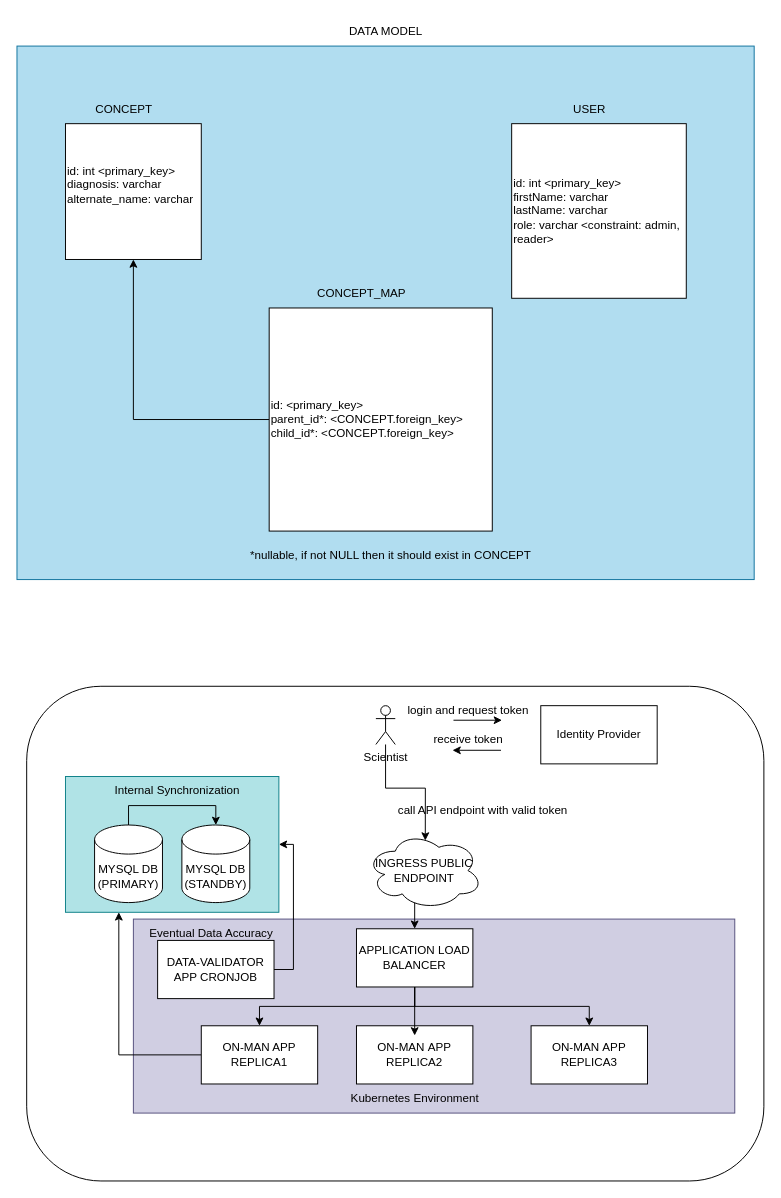
Above: ontology-manager.drawio in desourav/on-man (draw.io), before the change. Source tidied: cells renumbered, new cells numbered last; positions are measured from the earlier drawing's top-left corner, leaving out a move shared by most shapes. Both pictures are drawn from the tidied source at 97%, with x=0, y=0 at pixel (16, 16).
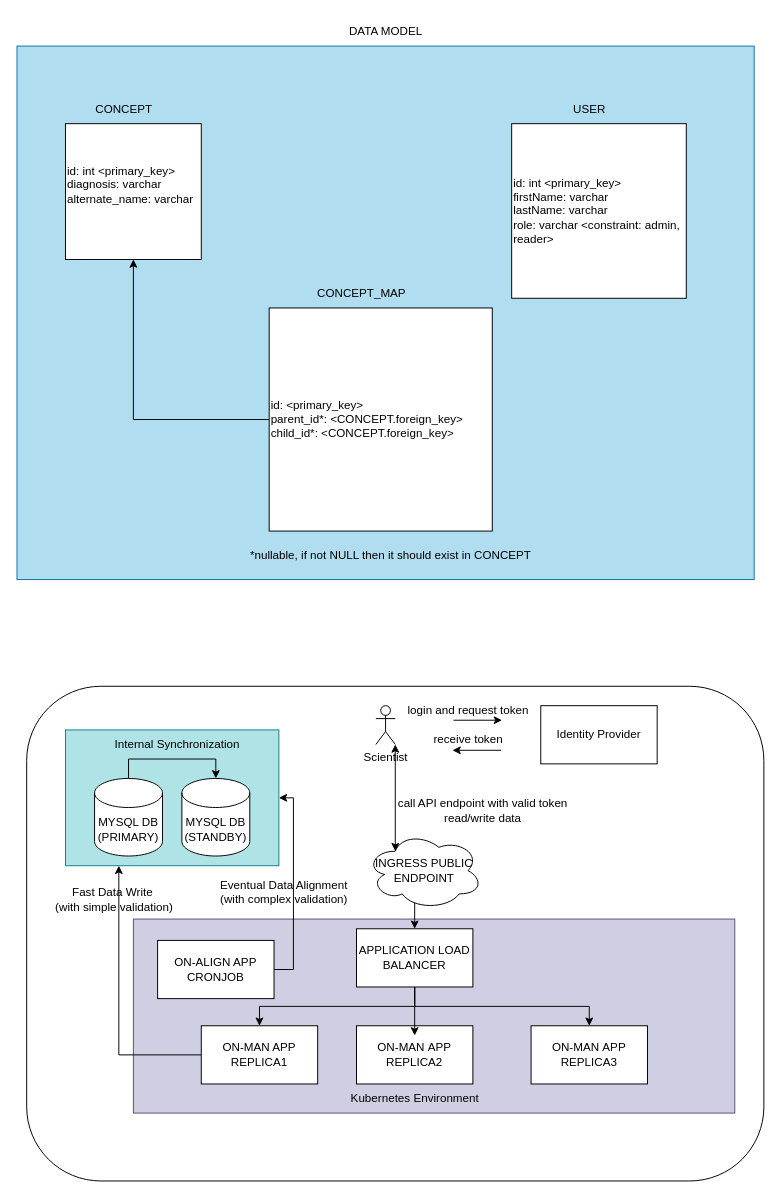
The same page after the edit.

The change refers to these unchanged cells:
```xml
<mxCell id="28" value="Scientist" style="shape=umlActor;verticalLabelPosition=bottom;verticalAlign=top;html=1;outlineConnect=0;" parent="1" vertex="1">
  <mxGeometry x="370" y="710" width="20" height="40" as="geometry" />
</mxCell>
<mxCell id="36" value="INGRESS PUBLIC ENDPOINT" style="ellipse;shape=cloud;whiteSpace=wrap;html=1;" parent="1" vertex="1">
  <mxGeometry x="360" y="840" width="120" height="80" as="geometry" />
</mxCell>
```

The edit, as a diff of the source:
```diff
@@
     <mxCell id="4" style="rounded=0;whiteSpace=wrap;html=1;fillColor=#b0e3e6;strokeColor=#0e8088;" parent="1" vertex="1">
-      <mxGeometry x="50" y="783" width="220" height="140" as="geometry" />
+      <mxGeometry x="50" y="735" width="220" height="140" as="geometry" />
     </mxCell>
@@
     <mxCell id="23" value="MYSQL DB (PRIMARY)" style="shape=cylinder3;whiteSpace=wrap;html=1;boundedLbl=1;backgroundOutline=1;size=15;" parent="1" vertex="1">
-      <mxGeometry x="80" y="833" width="70" height="80" as="geometry" />
+      <mxGeometry x="80" y="785" width="70" height="80" as="geometry" />
     </mxCell>
     <mxCell id="24" value="MYSQL DB (STANDBY)" style="shape=cylinder3;whiteSpace=wrap;html=1;boundedLbl=1;backgroundOutline=1;size=15;" parent="1" vertex="1">
-      <mxGeometry x="170" y="833" width="70" height="80" as="geometry" />
+      <mxGeometry x="170" y="785" width="70" height="80" as="geometry" />
     </mxCell>
@@
     <mxCell id="26" value="Internal Synchronization" style="text;html=1;align=center;verticalAlign=middle;strokeColor=none;fillColor=none;" parent="1" vertex="1">
-      <mxGeometry x="90" y="783" width="150" height="30" as="geometry" />
+      <mxGeometry x="90" y="735" width="150" height="30" as="geometry" />
     </mxCell>
-    <mxCell id="27" style="edgeStyle=orthogonalEdgeStyle;rounded=0;jettySize=auto;html=1;entryX=0.508;entryY=0.113;entryDx=0;entryDy=0;entryPerimeter=0;" parent="1" edge="1" source="28" target="36">
-      <mxGeometry relative="1" as="geometry" />
-    </mxCell>
@@
-    <mxCell id="35" value="call API endpoint with valid token" style="text;html=1;align=center;verticalAlign=middle;strokeColor=none;fillColor=none;" parent="1" vertex="1">
-      <mxGeometry x="380" y="803" width="200" height="30" as="geometry" />
+    <mxCell id="35" value="call API endpoint with valid token&lt;div&gt;read/write data&lt;/div&gt;" style="text;html=1;align=center;verticalAlign=middle;strokeColor=none;fillColor=none;" parent="1" vertex="1">
+      <mxGeometry x="380" y="798" width="200" height="40" as="geometry" />
     </mxCell>
@@
-    <mxCell id="39" value="DATA-VALIDATOR APP CRONJOB" style="rounded=0;whiteSpace=wrap;html=1;" parent="1" vertex="1">
+    <mxCell id="39" value="ON-ALIGN APP CRONJOB" style="rounded=0;whiteSpace=wrap;html=1;" parent="1" vertex="1">
       <mxGeometry x="145" y="952" width="120" height="60" as="geometry" />
     </mxCell>
-    <mxCell id="40" value="Eventual Data Accuracy" style="text;html=1;align=center;verticalAlign=middle;strokeColor=none;fillColor=none;" parent="1" vertex="1">
-      <mxGeometry x="125" y="930" width="150" height="30" as="geometry" />
+    <mxCell id="40" value="Eventual Data Alignment&lt;div&gt;(with complex validation)&lt;/div&gt;" style="text;html=1;align=center;verticalAlign=middle;strokeColor=none;fillColor=none;" parent="1" vertex="1">
+      <mxGeometry x="200" y="882" width="150" height="40" as="geometry" />
     </mxCell>
+    <mxCell id="41" value="Fast Data Write&amp;nbsp;&lt;div&gt;(with simple validation)&lt;/div&gt;" style="text;html=1;align=center;verticalAlign=middle;strokeColor=none;fillColor=none;" parent="1" vertex="1">
+      <mxGeometry x="30" y="890" width="140" height="40" as="geometry" />
+    </mxCell>
+    <mxCell id="42" style="endArrow=classic;startArrow=classic;html=1;rounded=0;entryX=1;entryY=1;entryDx=0;entryDy=0;entryPerimeter=0;exitX=0.25;exitY=0.25;exitDx=0;exitDy=0;exitPerimeter=0;" parent="1" edge="1" source="36" target="28">
+      <mxGeometry relative="1" as="geometry" />
+    </mxCell>
```
